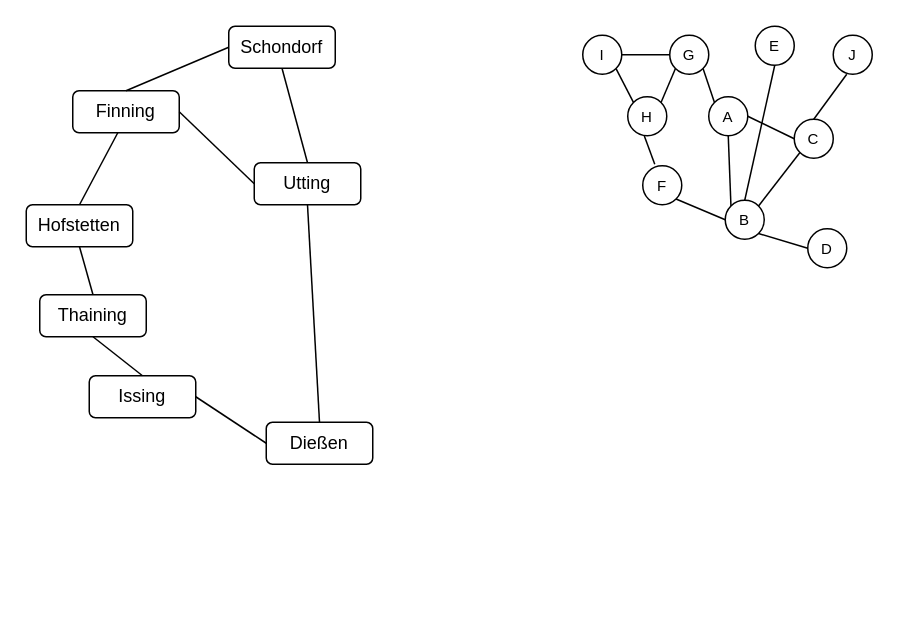
Earlier version of the draw.io diagram page "Seite-13" (13 of 13) of Graph.drawio (JoernWVSG/diagram). Source tidied: cells renumbered, new cells numbered last; positions are measured from the earlier drawing's top-left corner, leaving out a move shared by most shapes. Both pictures are drawn from the tidied source at 150%, with x=0, y=0 at pixel (26, 26).
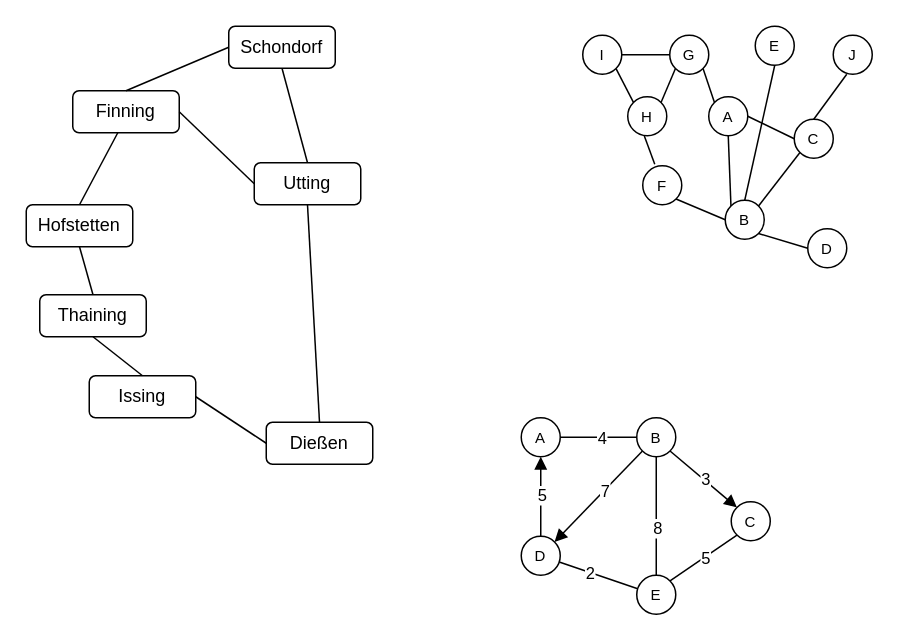
The same page after the edit.

The edit, as a diff of the source:
```diff
@@
+    <mxCell id="39" style="rounded=0;jettySize=auto;html=1;endArrow=none;startFill=0;" parent="1" edge="1" source="43" target="47">
+      <mxGeometry relative="1" as="geometry" />
+    </mxCell>
+    <mxCell id="40" value="2" style="edgeLabel;html=1;align=center;verticalAlign=middle;" parent="39" vertex="1">
+      <mxGeometry x="0.23" relative="1" as="geometry" />
+    </mxCell>
+    <mxCell id="41" style="rounded=0;jettySize=auto;html=1;exitX=1;exitY=0;exitDx=0;exitDy=0;entryX=0;entryY=1;entryDx=0;entryDy=0;endArrow=none;startFill=0;" parent="1" edge="1" source="43" target="44">
+      <mxGeometry relative="1" as="geometry" />
+    </mxCell>
+    <mxCell id="42" value="5" style="edgeLabel;html=1;align=center;verticalAlign=middle;" parent="41" vertex="1">
+      <mxGeometry x="0.05" y="-1" relative="1" as="geometry" />
+    </mxCell>
+    <mxCell id="43" value="E" style="ellipse;whiteSpace=wrap;html=1;fontSize=10;verticalAlign=middle;" parent="1" vertex="1">
+      <mxGeometry x="407" y="366" width="26" height="26" as="geometry" />
+    </mxCell>
+    <mxCell id="44" value="C" style="ellipse;whiteSpace=wrap;html=1;fontSize=10;verticalAlign=middle;" parent="1" vertex="1">
+      <mxGeometry x="470" y="317" width="26" height="26" as="geometry" />
+    </mxCell>
+    <mxCell id="45" style="edgeStyle=orthogonalEdgeStyle;rounded=0;jettySize=auto;html=1;endArrow=block;endFill=1;" parent="1" edge="1" source="47" target="57">
+      <mxGeometry relative="1" as="geometry" />
+    </mxCell>
+    <mxCell id="46" value="5" style="edgeLabel;html=1;align=center;verticalAlign=middle;" parent="45" vertex="1">
+      <mxGeometry x="0.07" relative="1" as="geometry" />
+    </mxCell>
+    <mxCell id="47" value="D" style="ellipse;whiteSpace=wrap;html=1;fontSize=10;verticalAlign=middle;" parent="1" vertex="1">
+      <mxGeometry x="330" y="340" width="26" height="26" as="geometry" />
+    </mxCell>
+    <mxCell id="48" style="edgeStyle=none;rounded=0;jettySize=auto;html=1;exitX=1;exitY=1;exitDx=0;exitDy=0;entryX=0;entryY=0;entryDx=0;entryDy=0;endArrow=block;endFill=1;" parent="1" edge="1" source="54" target="44">
+      <mxGeometry relative="1" as="geometry" />
+    </mxCell>
+    <mxCell id="49" value="3" style="edgeLabel;html=1;align=center;verticalAlign=middle;" parent="48" vertex="1">
+      <mxGeometry x="0.01" y="1" relative="1" as="geometry" />
+    </mxCell>
+    <mxCell id="50" style="rounded=0;jettySize=auto;html=1;exitX=0;exitY=1;exitDx=0;exitDy=0;entryX=1;entryY=0;entryDx=0;entryDy=0;endArrow=block;endFill=1;" parent="1" edge="1" source="54" target="47">
+      <mxGeometry relative="1" as="geometry" />
+    </mxCell>
+    <mxCell id="51" value="7" style="edgeLabel;html=1;align=center;verticalAlign=middle;" parent="50" vertex="1">
+      <mxGeometry x="-0.13" relative="1" as="geometry" />
+    </mxCell>
+    <mxCell id="52" style="edgeStyle=orthogonalEdgeStyle;rounded=0;jettySize=auto;html=1;endArrow=none;startFill=0;" parent="1" edge="1" source="54" target="43">
+      <mxGeometry relative="1" as="geometry" />
+    </mxCell>
+    <mxCell id="53" value="8" style="edgeLabel;html=1;align=center;verticalAlign=middle;" parent="52" vertex="1">
+      <mxGeometry x="0.19" relative="1" as="geometry" />
+    </mxCell>
+    <mxCell id="54" value="B" style="ellipse;whiteSpace=wrap;html=1;fontSize=10;verticalAlign=middle;" parent="1" vertex="1">
+      <mxGeometry x="407" y="261" width="26" height="26" as="geometry" />
+    </mxCell>
+    <mxCell id="55" style="edgeStyle=orthogonalEdgeStyle;rounded=0;jettySize=auto;html=1;endArrow=none;startFill=0;" parent="1" edge="1" source="57" target="54">
+      <mxGeometry relative="1" as="geometry" />
+    </mxCell>
+    <mxCell id="56" value="4" style="edgeLabel;html=1;align=center;verticalAlign=middle;" parent="55" vertex="1">
+      <mxGeometry x="0.05" relative="1" as="geometry" />
+    </mxCell>
+    <mxCell id="57" value="A" style="ellipse;whiteSpace=wrap;html=1;fontSize=10;verticalAlign=middle;" parent="1" vertex="1">
+      <mxGeometry x="330" y="261" width="26" height="26" as="geometry" />
+    </mxCell>
```
